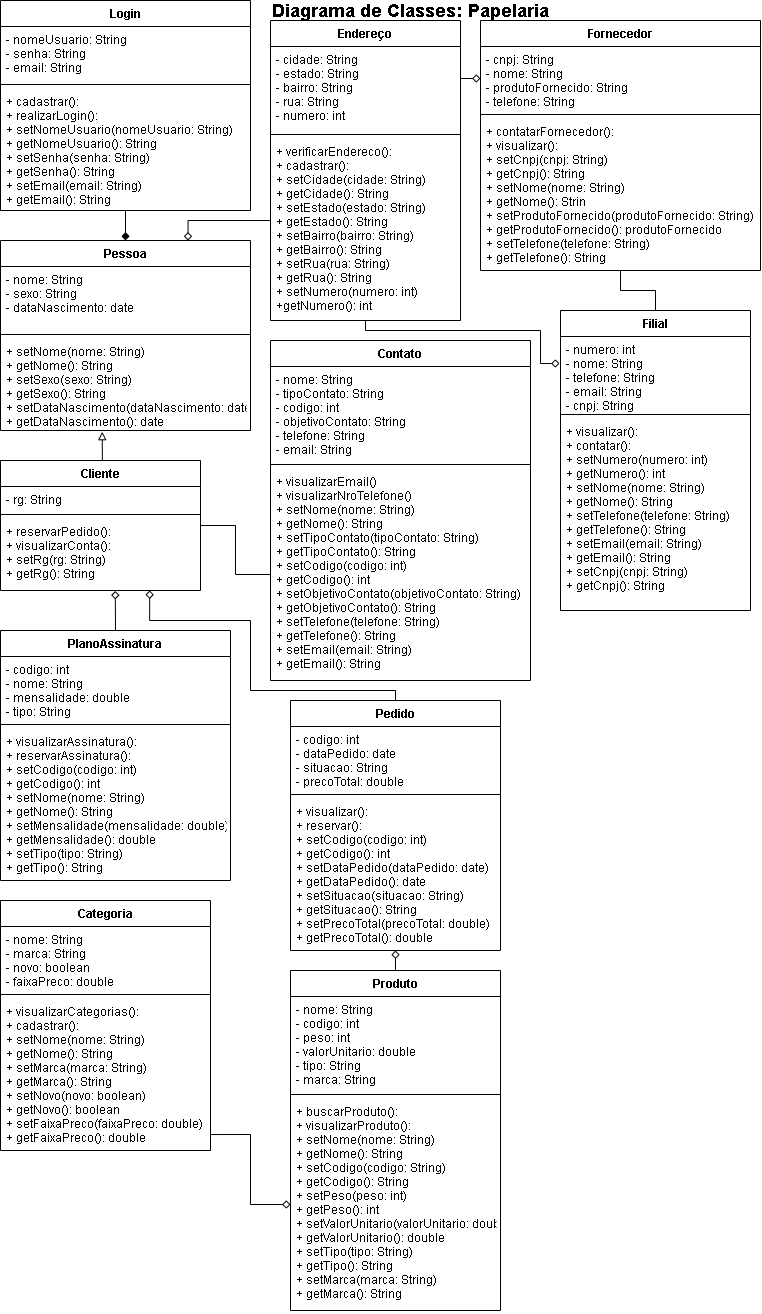
This is Modelo/Diagrama de Classes.png from Alekmz/Prototipo-Papelaria, a draw.io export, as it was before one commit. Source tidied: cells renumbered, new cells last; positions are measured from the earlier drawing's top-left corner, leaving out a move shared by most shapes.
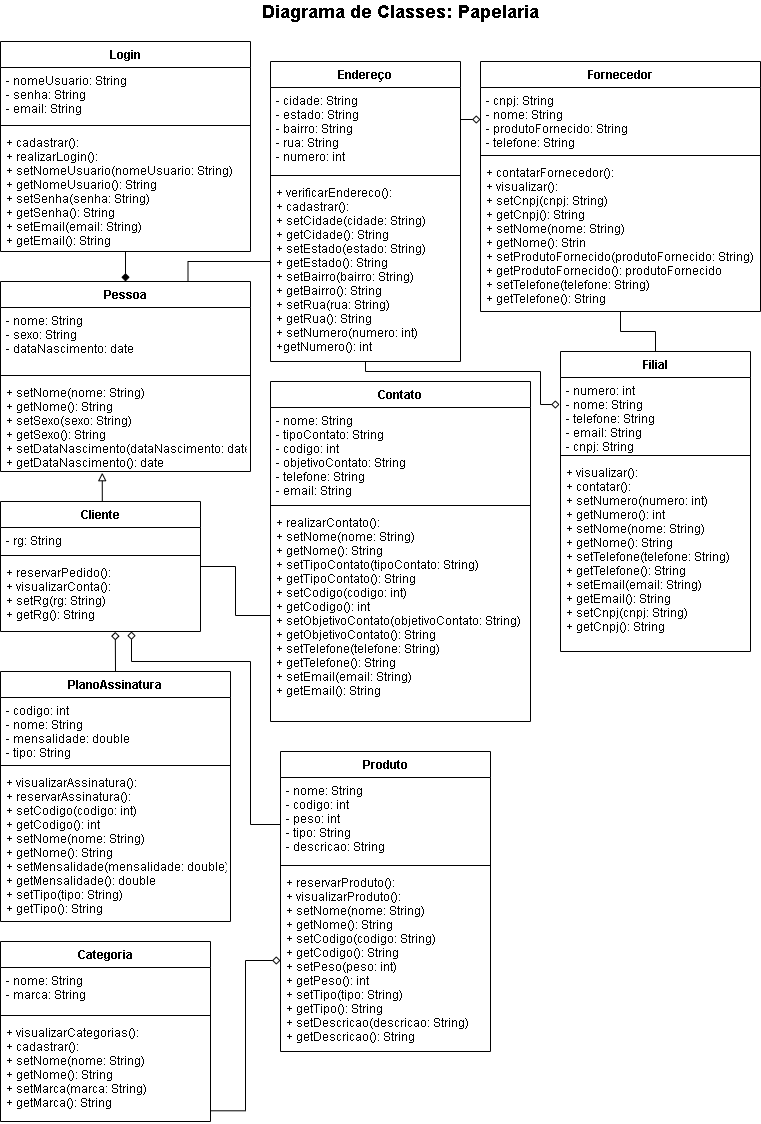
The same file after the commit.

Diff of the diagram source:
```diff
@@ -17,43 +17,18 @@
     <mxCell id="6" value="+ reservarPedido():&#10;+ visualizarConta():&#10;+ setRg(rg: String)&#10;+ getRg(): String" style="text;strokeColor=none;fillColor=none;align=left;verticalAlign=top;spacingLeft=4;spacingRight=4;overflow=hidden;points=[[0,0.5],[1,0.5]];portConstraint=eastwest;" parent="3" vertex="1">
       <mxGeometry y="58" width="200" height="72" as="geometry" />
     </mxCell>
-    <mxCell id="7" style="edgeStyle=orthogonalEdgeStyle;rounded=0;jettySize=auto;html=1;exitX=0.5;exitY=0;exitDx=0;exitDy=0;entryX=0.5;entryY=1;entryDx=0;entryDy=0;startArrow=none;startFill=0;endArrow=diamond;endFill=0;" parent="1" edge="1" source="8" target="13">
-      <mxGeometry relative="1" as="geometry" />
-    </mxCell>
     <mxCell id="8" value="Produto" style="swimlane;fontStyle=1;align=center;verticalAlign=top;horizontal=1;startSize=26;" parent="1" vertex="1">
-      <mxGeometry x="290" y="970" width="210" height="340" as="geometry" />
+      <mxGeometry x="280" y="710" width="210" height="300" as="geometry" />
     </mxCell>
-    <mxCell id="9" value="- nome: String&#10;- codigo: int&#10;- peso: int&#10;- valorUnitario: double&#10;- tipo: String&#10;- marca: String" style="text;strokeColor=none;fillColor=none;align=left;verticalAlign=top;spacingLeft=4;spacingRight=4;overflow=hidden;points=[[0,0.5],[1,0.5]];portConstraint=eastwest;" parent="8" vertex="1">
-      <mxGeometry y="26" width="210" height="94" as="geometry" />
+    <mxCell id="9" value="- nome: String&#10;- codigo: int&#10;- peso: int&#10;- tipo: String&#10;- descricao: String" style="text;strokeColor=none;fillColor=none;align=left;verticalAlign=top;spacingLeft=4;spacingRight=4;overflow=hidden;points=[[0,0.5],[1,0.5]];portConstraint=eastwest;" parent="8" vertex="1">
+      <mxGeometry y="26" width="210" height="84" as="geometry" />
     </mxCell>
     <mxCell id="10" style="line;strokeWidth=1;fillColor=none;align=left;verticalAlign=middle;spacingTop=-1;spacingLeft=3;spacingRight=3;labelPosition=right;" parent="8" vertex="1">
-      <mxGeometry y="120" width="210" height="8" as="geometry" />
+      <mxGeometry y="110" width="210" height="8" as="geometry" />
     </mxCell>
-    <mxCell id="11" value="+ buscarProduto(): &#10;+ visualizarProduto():&#10;+ setNome(nome: String)&#10;+ getNome(): String&#10;+ setCodigo(codigo: String)&#10;+ getCodigo(): String&#10;+ setPeso(peso: int)&#10;+ getPeso(): int&#10;+ setValorUnitario(valorUnitario: double)&#10;+ getValorUnitario(): double&#10;+ setTipo(tipo: String)&#10;+ getTipo(): String&#10;+ setMarca(marca: String)&#10;+ getMarca(): String" style="text;strokeColor=none;fillColor=none;align=left;verticalAlign=top;spacingLeft=4;spacingRight=4;overflow=hidden;points=[[0,0.5],[1,0.5]];portConstraint=eastwest;" parent="8" vertex="1">
-      <mxGeometry y="128" width="210" height="212" as="geometry" />
+    <mxCell id="11" value="+ reservarProduto(): &#10;+ visualizarProduto():&#10;+ setNome(nome: String)&#10;+ getNome(): String&#10;+ setCodigo(codigo: String)&#10;+ getCodigo(): String&#10;+ setPeso(peso: int)&#10;+ getPeso(): int&#10;+ setTipo(tipo: String)&#10;+ getTipo(): String&#10;+ setDescricao(descricao: String)&#10;+ getDescricao(): String" style="text;strokeColor=none;fillColor=none;align=left;verticalAlign=top;spacingLeft=4;spacingRight=4;overflow=hidden;points=[[0,0.5],[1,0.5]];portConstraint=eastwest;" parent="8" vertex="1">
+      <mxGeometry y="118" width="210" height="182" as="geometry" />
     </mxCell>
-    <mxCell id="12" style="edgeStyle=orthogonalEdgeStyle;rounded=0;jettySize=auto;html=1;exitX=0.5;exitY=0;exitDx=0;exitDy=0;entryX=0.746;entryY=1;entryDx=0;entryDy=0;entryPerimeter=0;startArrow=none;startFill=0;endArrow=diamond;endFill=0;" parent="1" edge="1" source="13" target="6">
-      <mxGeometry relative="1" as="geometry">
-        <Array as="points">
-          <mxPoint x="395" y="690" />
-          <mxPoint x="250" y="690" />
-          <mxPoint x="250" y="620" />
-          <mxPoint x="149" y="620" />
-        </Array>
-      </mxGeometry>
-    </mxCell>
-    <mxCell id="13" value="Pedido" style="swimlane;fontStyle=1;align=center;verticalAlign=top;horizontal=1;startSize=26;" parent="1" vertex="1">
-      <mxGeometry x="290" y="700" width="210" height="250" as="geometry" />
-    </mxCell>
-    <mxCell id="14" value="- codigo: int&#10;- dataPedido: date&#10;- situacao: String&#10;- precoTotal: double" style="text;strokeColor=none;fillColor=none;align=left;verticalAlign=top;spacingLeft=4;spacingRight=4;overflow=hidden;" parent="13" vertex="1">
-      <mxGeometry y="26" width="210" height="64" as="geometry" />
-    </mxCell>
-    <mxCell id="15" style="line;strokeWidth=1;fillColor=none;align=left;verticalAlign=middle;spacingTop=-1;spacingLeft=3;spacingRight=3;labelPosition=right;" parent="13" vertex="1">
-      <mxGeometry y="90" width="210" height="8" as="geometry" />
-    </mxCell>
-    <mxCell id="16" value="+ visualizar(): &#10;+ reservar():&#10;+ setCodigo(codigo: int)&#10;+ getCodigo(): int &#10;+ setDataPedido(dataPedido: date)&#10;+ getDataPedido(): date&#10;+ setSituacao(situacao: String)&#10;+ getSituacao(): String&#10;+ setPrecoTotal(precoTotal: double)&#10;+ getPrecoTotal(): double" style="text;strokeColor=none;fillColor=none;align=left;verticalAlign=top;spacingLeft=4;spacingRight=4;overflow=hidden;" parent="13" vertex="1">
-      <mxGeometry y="98" width="210" height="152" as="geometry" />
-    </mxCell>
     <mxCell id="17" value="Endereço" style="swimlane;fontStyle=1;align=center;verticalAlign=top;horizontal=1;startSize=26;" parent="1" vertex="1">
       <mxGeometry x="270" y="20" width="190" height="300" as="geometry" />
     </mxCell>
@@ -63,20 +38,20 @@
     <mxCell id="19" style="line;strokeWidth=1;fillColor=none;align=left;verticalAlign=middle;spacingTop=-1;spacingLeft=3;spacingRight=3;labelPosition=right;" parent="17" vertex="1">
       <mxGeometry y="110" width="190" height="8" as="geometry" />
     </mxCell>
-    <mxCell id="20" value="+ verificarEndereco():&#10;+ cadastrar():&#10;+ setCidade(cidade: String)&#10;+ getCidade(): String&#10;+ setEstado(estado: String)&#10;+ getEstado(): String&#10;+ setBairro(bairro: String)&#10;+ getBairro(): String&#10;+ setRua(rua: String)&#10;+ getRua(): String&#10;+ setNumero(numero: int)&#10;+getNumero(): int" style="text;strokeColor=none;fillColor=none;align=left;verticalAlign=top;spacingLeft=4;spacingRight=4;overflow=hidden;points=[[0,0.5],[1,0.5]];portConstraint=eastwest;" parent="17" vertex="1">
+    <mxCell id="20" value="+ verificarEndereco(): &#10;+ cadastrar(): &#10;+ setCidade(cidade: String)&#10;+ getCidade(): String&#10;+ setEstado(estado: String)&#10;+ getEstado(): String&#10;+ setBairro(bairro: String)&#10;+ getBairro(): String&#10;+ setRua(rua: String)&#10;+ getRua(): String&#10;+ setNumero(numero: int)&#10;+getNumero(): int" style="text;strokeColor=none;fillColor=none;align=left;verticalAlign=top;spacingLeft=4;spacingRight=4;overflow=hidden;points=[[0,0.5],[1,0.5]];portConstraint=eastwest;" parent="17" vertex="1">
       <mxGeometry y="118" width="190" height="182" as="geometry" />
     </mxCell>
     <mxCell id="21" value="Categoria" style="swimlane;fontStyle=1;align=center;verticalAlign=top;horizontal=1;startSize=26;" parent="1" vertex="1">
-      <mxGeometry y="900" width="210" height="250" as="geometry" />
+      <mxGeometry y="900" width="210" height="180" as="geometry" />
     </mxCell>
-    <mxCell id="22" value="- nome: String&#10;- marca: String&#10;- novo: boolean&#10;- faixaPreco: double" style="text;strokeColor=none;fillColor=none;align=left;verticalAlign=top;spacingLeft=4;spacingRight=4;overflow=hidden;" parent="21" vertex="1">
-      <mxGeometry y="26" width="210" height="64" as="geometry" />
+    <mxCell id="22" value="- nome: String&#10;- marca: String&#10;" style="text;strokeColor=none;fillColor=none;align=left;verticalAlign=top;spacingLeft=4;spacingRight=4;overflow=hidden;" parent="21" vertex="1">
+      <mxGeometry y="26" width="210" height="44" as="geometry" />
     </mxCell>
     <mxCell id="23" style="line;strokeWidth=1;fillColor=none;align=left;verticalAlign=middle;spacingTop=-1;spacingLeft=3;spacingRight=3;labelPosition=right;" parent="21" vertex="1">
-      <mxGeometry y="90" width="210" height="8" as="geometry" />
+      <mxGeometry y="70" width="210" height="8" as="geometry" />
     </mxCell>
-    <mxCell id="24" value="+ visualizarCategorias():&#10;+ cadastrar():&#10;+ setNome(nome: String)&#10;+ getNome(): String&#10;+ setMarca(marca: String)&#10;+ getMarca(): String&#10;+ setNovo(novo: boolean)&#10;+ getNovo(): boolean&#10;+ setFaixaPreco(faixaPreco: double)&#10;+ getFaixaPreco(): double" style="text;strokeColor=none;fillColor=none;align=left;verticalAlign=top;spacingLeft=4;spacingRight=4;overflow=hidden;points=[[0,0.5],[1,0.5]];portConstraint=eastwest;" parent="21" vertex="1">
-      <mxGeometry y="98" width="210" height="152" as="geometry" />
+    <mxCell id="24" value="+ visualizarCategorias():&#10;+ cadastrar():&#10;+ setNome(nome: String)&#10;+ getNome(): String&#10;+ setMarca(marca: String)&#10;+ getMarca(): String&#10;&#10;" style="text;strokeColor=none;fillColor=none;align=left;verticalAlign=top;spacingLeft=4;spacingRight=4;overflow=hidden;points=[[0,0.5],[1,0.5]];portConstraint=eastwest;" parent="21" vertex="1">
+      <mxGeometry y="78" width="210" height="102" as="geometry" />
     </mxCell>
     <mxCell id="25" style="edgeStyle=orthogonalEdgeStyle;rounded=0;jettySize=auto;html=1;entryX=0.5;entryY=0;entryDx=0;entryDy=0;endArrow=none;endFill=0;" parent="1" edge="1" source="26" target="34">
       <mxGeometry relative="1" as="geometry" />
@@ -90,7 +65,7 @@
     <mxCell id="28" style="line;strokeWidth=1;fillColor=none;align=left;verticalAlign=middle;spacingTop=-1;spacingLeft=3;spacingRight=3;labelPosition=right;" parent="26" vertex="1">
       <mxGeometry y="90" width="280" height="8" as="geometry" />
     </mxCell>
-    <mxCell id="29" value="+ contatarFornecedor():&#10;+ visualizar():&#10;+ setCnpj(cnpj: String)&#10;+ getCnpj(): String&#10;+ setNome(nome: String)&#10;+ getNome(): Strin&#10;+ setProdutoFornecido(produtoFornecido: String)&#10;+ getProdutoFornecido(): produtoFornecido&#10;+ setTelefone(telefone: String)&#10;+ getTelefone(): String" style="text;strokeColor=none;fillColor=none;align=left;verticalAlign=top;spacingLeft=4;spacingRight=4;overflow=hidden;" parent="26" vertex="1">
+    <mxCell id="29" value="+ contatarFornecedor(): &#10;+ visualizar(): &#10;+ setCnpj(cnpj: String)&#10;+ getCnpj(): String&#10;+ setNome(nome: String)&#10;+ getNome(): Strin&#10;+ setProdutoFornecido(produtoFornecido: String)&#10;+ getProdutoFornecido(): produtoFornecido&#10;+ setTelefone(telefone: String)&#10;+ getTelefone(): String" style="text;strokeColor=none;fillColor=none;align=left;verticalAlign=top;spacingLeft=4;spacingRight=4;overflow=hidden;" parent="26" vertex="1">
       <mxGeometry y="98" width="280" height="152" as="geometry" />
     </mxCell>
     <mxCell id="30" value="Contato" style="swimlane;fontStyle=1;align=center;verticalAlign=top;horizontal=1;startSize=26;" parent="1" vertex="1">
@@ -102,7 +77,7 @@
     <mxCell id="32" style="line;strokeWidth=1;fillColor=none;align=left;verticalAlign=middle;spacingTop=-1;spacingLeft=3;spacingRight=3;labelPosition=right;" parent="30" vertex="1">
       <mxGeometry y="120" width="260" height="8" as="geometry" />
     </mxCell>
-    <mxCell id="33" value="+ visualizarEmail()&#10;+ visualizarNroTelefone()&#10;+ setNome(nome: String)&#10;+ getNome(): String&#10;+ setTipoContato(tipoContato: String)&#10;+ getTipoContato(): String&#10;+ setCodigo(codigo: int)&#10;+ getCodigo(): int&#10;+ setObjetivoContato(objetivoContato: String)&#10;+ getObjetivoContato(): String&#10;+ setTelefone(telefone: String)&#10;+ getTelefone(): String&#10;+ setEmail(email: String)&#10;+ getEmail(): String&#10;&#10;" style="text;strokeColor=none;fillColor=none;align=left;verticalAlign=top;spacingLeft=4;spacingRight=4;overflow=hidden;points=[[0,0.5],[1,0.5]];portConstraint=eastwest;" parent="30" vertex="1">
+    <mxCell id="33" value="+ realizarContato(): &#10;+ setNome(nome: String)&#10;+ getNome(): String&#10;+ setTipoContato(tipoContato: String)&#10;+ getTipoContato(): String&#10;+ setCodigo(codigo: int)&#10;+ getCodigo(): int&#10;+ setObjetivoContato(objetivoContato: String)&#10;+ getObjetivoContato(): String&#10;+ setTelefone(telefone: String)&#10;+ getTelefone(): String&#10;+ setEmail(email: String)&#10;+ getEmail(): String&#10;&#10;" style="text;strokeColor=none;fillColor=none;align=left;verticalAlign=top;spacingLeft=4;spacingRight=4;overflow=hidden;points=[[0,0.5],[1,0.5]];portConstraint=eastwest;" parent="30" vertex="1">
       <mxGeometry y="128" width="260" height="212" as="geometry" />
     </mxCell>
     <mxCell id="34" value="Filial" style="swimlane;fontStyle=1;align=center;verticalAlign=top;horizontal=1;startSize=26;" parent="1" vertex="1">
@@ -114,7 +89,7 @@
     <mxCell id="36" style="line;strokeWidth=1;fillColor=none;align=left;verticalAlign=middle;spacingTop=-1;spacingLeft=3;spacingRight=3;labelPosition=right;" parent="34" vertex="1">
       <mxGeometry y="100" width="190" height="8" as="geometry" />
     </mxCell>
-    <mxCell id="37" value="+ visualizar():&#10;+ contatar():&#10;+ setNumero(numero: int)&#10;+ getNumero(): int&#10;+ setNome(nome: String)&#10;+ getNome(): String&#10;+ setTelefone(telefone: String)&#10;+ getTelefone(): String&#10;+ setEmail(email: String)&#10;+ getEmail(): String&#10;+ setCnpj(cnpj: String)&#10;+ getCnpj(): String" style="text;strokeColor=none;fillColor=none;align=left;verticalAlign=top;spacingLeft=4;spacingRight=4;overflow=hidden;" parent="34" vertex="1">
+    <mxCell id="37" value="+ visualizar(): &#10;+ contatar(): &#10;+ setNumero(numero: int)&#10;+ getNumero(): int&#10;+ setNome(nome: String)&#10;+ getNome(): String&#10;+ setTelefone(telefone: String)&#10;+ getTelefone(): String&#10;+ setEmail(email: String)&#10;+ getEmail(): String&#10;+ setCnpj(cnpj: String)&#10;+ getCnpj(): String" style="text;strokeColor=none;fillColor=none;align=left;verticalAlign=top;spacingLeft=4;spacingRight=4;overflow=hidden;" parent="34" vertex="1">
       <mxGeometry y="108" width="190" height="192" as="geometry" />
     </mxCell>
     <mxCell id="38" value="Login" style="swimlane;fontStyle=1;align=center;verticalAlign=top;horizontal=1;startSize=26;" parent="1" vertex="1">
@@ -126,16 +101,16 @@
     <mxCell id="40" style="line;strokeWidth=1;fillColor=none;align=left;verticalAlign=middle;spacingTop=-1;spacingLeft=3;spacingRight=3;labelPosition=right;" parent="38" vertex="1">
       <mxGeometry y="80" width="250" height="8" as="geometry" />
     </mxCell>
-    <mxCell id="41" value="+ cadastrar():&#10;+ realizarLogin():&#10;+ setNomeUsuario(nomeUsuario: String)&#10;+ getNomeUsuario(): String&#10;+ setSenha(senha: String)&#10;+ getSenha(): String&#10;+ setEmail(email: String)&#10;+ getEmail(): String" style="text;strokeColor=none;fillColor=none;align=left;verticalAlign=top;spacingLeft=4;spacingRight=4;overflow=hidden;points=[[0,0.5],[1,0.5]];portConstraint=eastwest;" parent="38" vertex="1">
+    <mxCell id="41" value="+ cadastrar(): &#10;+ realizarLogin(): &#10;+ setNomeUsuario(nomeUsuario: String)&#10;+ getNomeUsuario(): String&#10;+ setSenha(senha: String)&#10;+ getSenha(): String&#10;+ setEmail(email: String)&#10;+ getEmail(): String" style="text;strokeColor=none;fillColor=none;align=left;verticalAlign=top;spacingLeft=4;spacingRight=4;overflow=hidden;points=[[0,0.5],[1,0.5]];portConstraint=eastwest;" parent="38" vertex="1">
       <mxGeometry y="88" width="250" height="122" as="geometry" />
     </mxCell>
     <mxCell id="42" value="&lt;b&gt;&lt;font style=&quot;font-size: 18px&quot;&gt;Diagrama de Classes: Papelaria&lt;/font&gt;&lt;/b&gt;" style="text;html=1;strokeColor=none;fillColor=none;align=center;verticalAlign=middle;whiteSpace=wrap;rounded=0;" parent="1" vertex="1">
-      <mxGeometry x="120" width="580" height="20" as="geometry" />
+      <mxGeometry x="110" y="-40" width="580" height="20" as="geometry" />
     </mxCell>
     <mxCell id="43" style="edgeStyle=orthogonalEdgeStyle;rounded=0;jettySize=auto;html=1;exitX=0.5;exitY=0;exitDx=0;exitDy=0;entryX=0.5;entryY=1;entryDx=0;entryDy=0;entryPerimeter=0;endArrow=none;endFill=0;startArrow=diamond;startFill=1;" parent="1" edge="1" source="45" target="41">
       <mxGeometry relative="1" as="geometry" />
     </mxCell>
-    <mxCell id="44" style="edgeStyle=orthogonalEdgeStyle;rounded=0;jettySize=auto;html=1;exitX=0.75;exitY=0;exitDx=0;exitDy=0;entryX=0;entryY=0.286;entryDx=0;entryDy=0;entryPerimeter=0;startArrow=diamond;startFill=0;endArrow=none;endFill=0;" parent="1" edge="1" source="45" target="20">
+    <mxCell id="44" style="edgeStyle=orthogonalEdgeStyle;rounded=0;jettySize=auto;html=1;exitX=0.75;exitY=0;exitDx=0;exitDy=0;entryX=0;entryY=0.286;entryDx=0;entryDy=0;entryPerimeter=0;startArrow=none;startFill=0;endArrow=none;endFill=0;" parent="1" edge="1" source="45" target="20">
       <mxGeometry relative="1" as="geometry">
         <Array as="points">
           <mxPoint x="187" y="220" />
@@ -167,7 +142,7 @@
     <mxCell id="52" style="line;strokeWidth=1;fillColor=none;align=left;verticalAlign=middle;spacingTop=-1;spacingLeft=3;spacingRight=3;labelPosition=right;" parent="50" vertex="1">
       <mxGeometry y="90" width="230" height="8" as="geometry" />
     </mxCell>
-    <mxCell id="53" value="+ visualizarAssinatura():&#10;+ reservarAssinatura():&#10;+ setCodigo(codigo: int)&#10;+ getCodigo(): int&#10;+ setNome(nome: String)&#10;+ getNome(): String&#10;+ setMensalidade(mensalidade: double)&#10;+ getMensalidade(): double&#10;+ setTipo(tipo: String)&#10;+ getTipo(): String" style="text;strokeColor=none;fillColor=none;align=left;verticalAlign=top;spacingLeft=4;spacingRight=4;overflow=hidden;" parent="50" vertex="1">
+    <mxCell id="53" value="+ visualizarAssinatura(): &#10;+ reservarAssinatura(): &#10;+ setCodigo(codigo: int)&#10;+ getCodigo(): int&#10;+ setNome(nome: String)&#10;+ getNome(): String&#10;+ setMensalidade(mensalidade: double)&#10;+ getMensalidade(): double&#10;+ setTipo(tipo: String)&#10;+ getTipo(): String" style="text;strokeColor=none;fillColor=none;align=left;verticalAlign=top;spacingLeft=4;spacingRight=4;overflow=hidden;" parent="50" vertex="1">
       <mxGeometry y="98" width="230" height="152" as="geometry" />
     </mxCell>
     <mxCell id="54" style="edgeStyle=orthogonalEdgeStyle;rounded=0;jettySize=auto;html=1;exitX=0;exitY=0.5;exitDx=0;exitDy=0;entryX=1;entryY=0.895;entryDx=0;entryDy=0;entryPerimeter=0;startArrow=diamond;startFill=0;endArrow=none;endFill=0;" parent="1" edge="1" source="11" target="24">
@@ -190,5 +165,14 @@
         <mxPoint x="200" y="525" as="targetPoint" />
       </mxGeometry>
     </mxCell>
+    <mxCell id="58" style="edgeStyle=orthogonalEdgeStyle;rounded=0;jettySize=auto;html=1;endArrow=diamond;endFill=0;entryX=0.655;entryY=1;entryDx=0;entryDy=0;entryPerimeter=0;" parent="1" edge="1" source="9" target="6">
+      <mxGeometry relative="1" as="geometry">
+        <Array as="points">
+          <mxPoint x="250" y="783" />
+          <mxPoint x="250" y="620" />
+          <mxPoint x="131" y="620" />
+        </Array>
+      </mxGeometry>
+    </mxCell>
   </root>
 </mxGraphModel>
```
